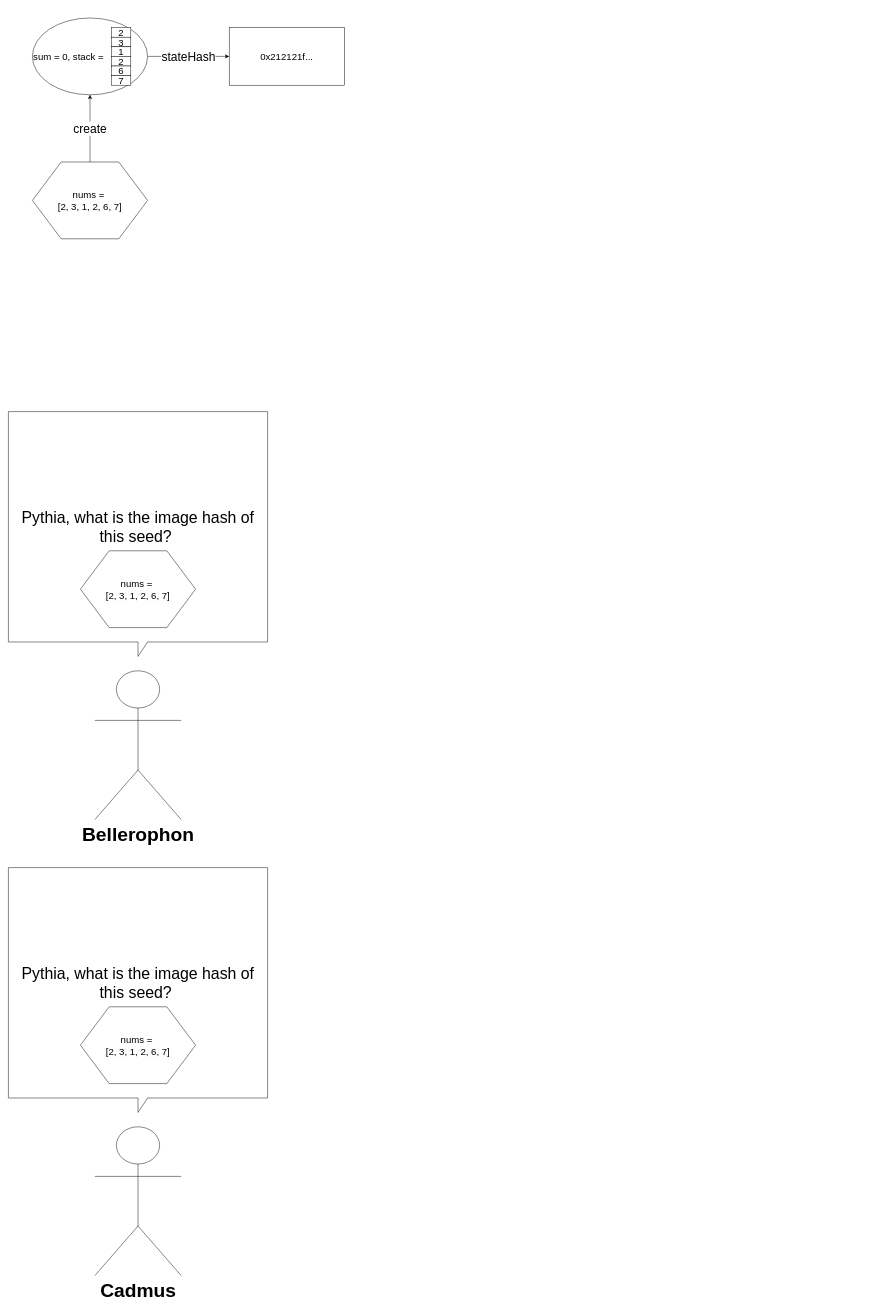
This is res/drawio/temp.drawio from leapdao/EthereumMachineOracle, a draw.io file, before an edit. Source tidied: cells renumbered, new cells numbered last; positions are measured from the earlier drawing's top-left corner, leaving out a move shared by most shapes. Both pictures are drawn from the tidied source at 48%, with x=0, y=0 at pixel (8, 18).
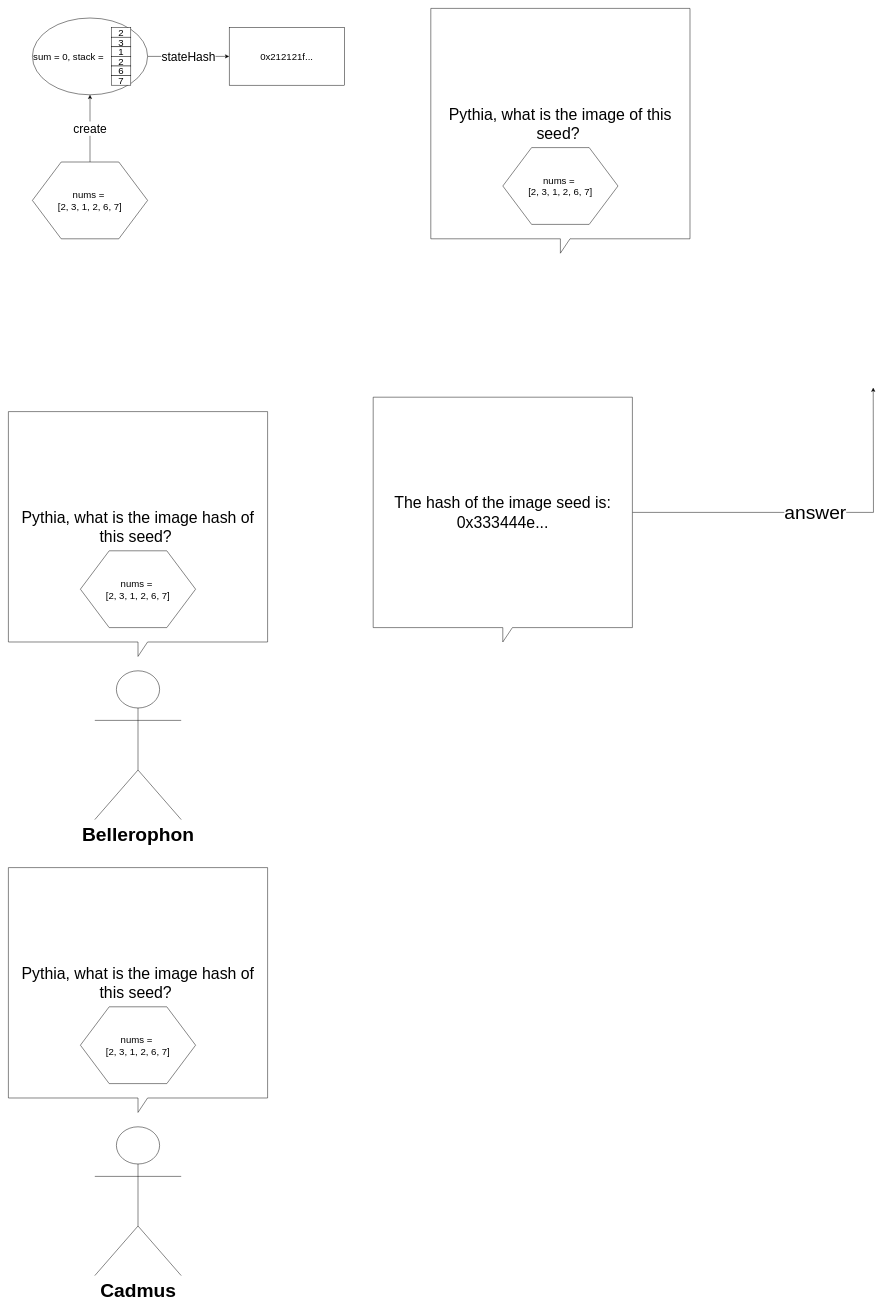
After the change.

Diff of the diagram source:
```diff
@@
+    <mxCell id="19" value="&lt;div style=&quot;font-size: 33px&quot;&gt;&lt;span&gt;Pythia, what is the image of this seed?&lt;/span&gt;&lt;span&gt;&amp;nbsp;&lt;/span&gt;&lt;/div&gt;" style="shape=callout;whiteSpace=wrap;html=1;perimeter=calloutPerimeter;align=center;labelPosition=center;verticalLabelPosition=middle;verticalAlign=middle;" parent="1" vertex="1">
+      <mxGeometry x="880" y="-20" width="540" height="510" as="geometry" />
+    </mxCell>
+    <mxCell id="20" value="&lt;span style=&quot;white-space: normal&quot;&gt;nums =&amp;nbsp;&lt;/span&gt;&lt;br style=&quot;white-space: normal&quot;&gt;&lt;span style=&quot;white-space: normal&quot;&gt;[2, 3, 1, 2, 6, 7]&lt;/span&gt;" style="shape=hexagon;perimeter=hexagonPerimeter2;whiteSpace=wrap;html=1;fontSize=20;" parent="1" vertex="1">
+      <mxGeometry x="1030" y="270" width="240" height="160" as="geometry" />
+    </mxCell>
+    <mxCell id="21" value="&lt;font style=&quot;font-size: 40px&quot;&gt;answer&lt;/font&gt;" style="edgeStyle=orthogonalEdgeStyle;rounded=0;jettySize=auto;html=1;exitX=0;exitY=0;exitDx=540;exitDy=240.00000000000003;exitPerimeter=0;fontSize=25;" parent="1" edge="1" source="22">
+      <mxGeometry relative="1" as="geometry">
+        <mxPoint x="1801.7" y="770" as="targetPoint" />
+      </mxGeometry>
+    </mxCell>
+    <mxCell id="22" value="&lt;div style=&quot;font-size: 33px&quot;&gt;The hash of the image seed is:&lt;/div&gt;&lt;div style=&quot;font-size: 33px&quot;&gt;0x333444e...&lt;/div&gt;" style="shape=callout;whiteSpace=wrap;html=1;perimeter=calloutPerimeter;align=center;labelPosition=center;verticalLabelPosition=middle;verticalAlign=middle;" parent="1" vertex="1">
+      <mxGeometry x="760" y="790" width="540" height="510" as="geometry" />
+    </mxCell>
```
